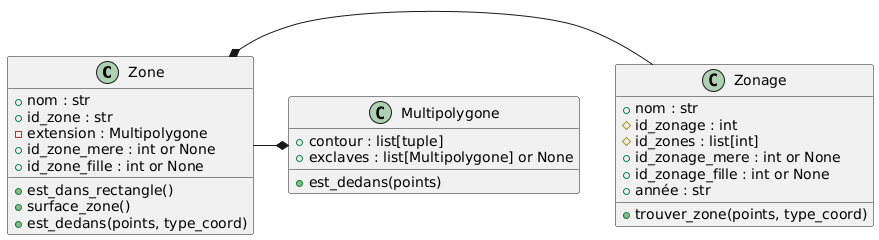
This is doc/diagrammes/diagramme_classes.png from antoni-guardia/ENSAI_ProjetInfo2A, a PlantUML export, as it was before one commit.
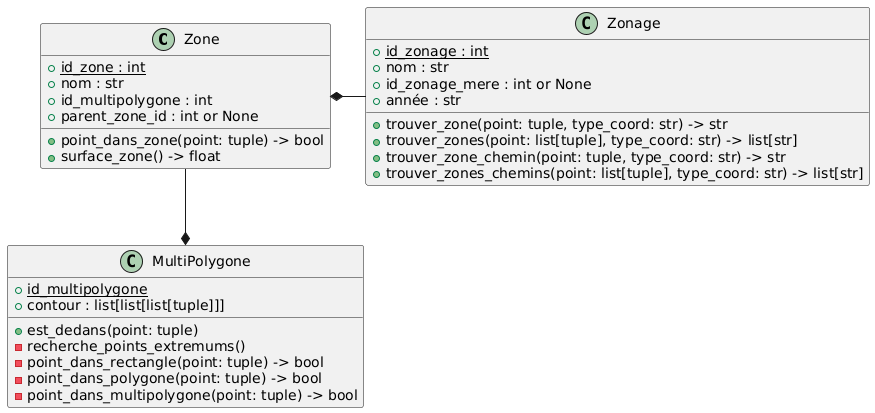
The same file after the commit.

Commit message:
diagramme des classes + creation tables sql

Change to the diagram source:
```diff
@@ -1,31 +1,37 @@
 @startuml
 class Zone {
- +nom : str
- +id_zone : str
- -extension : Multipolygone
- +id_zone_mere : int or None
- +id_zone_fille : int or None
- +est_dans_rectangle()
- +surface_zone()
- +est_dedans(points, type_coord)
+ + {Static} id_zone : int
+ + nom : str
+ + id_multipolygone : int
+ + parent_zone_id : int or None
+ + point_dans_zone(point: tuple) -> bool
+ + surface_zone() -> float
  }
 
- class Zonage {
- +nom : str
- #id_zonage : int
- #id_zones : list[int]
- +id_zonage_mere : int or None
- +id_zonage_fille : int or None
- +année : str
- +trouver_zone(points, type_coord)
+class Zonage {
+ + {Static} id_zonage : int
+ + nom : str
+ + id_zonage_mere : int or None
+ + année : str
+ + trouver_zone(point: tuple, type_coord: str) -> str
+ + trouver_zones(point: list[tuple], type_coord: str) -> list[str]
+ + trouver_zone_chemin(point: tuple, type_coord: str) -> str
+ + trouver_zones_chemins(point: list[tuple], type_coord: str) -> list[str]
  }
 
- class Multipolygone{
- + contour : list[tuple]
- + exclaves : list[Multipolygone] or None
- + est_dedans(points)
+class MultiPolygone{
+ + {Static} id_multipolygone
+ + contour : list[list[list[tuple]]]
+ + est_dedans(point: tuple)
+ - recherche_points_extremums()
+ - point_dans_rectangle(point: tuple) -> bool
+ - point_dans_polygone(point: tuple) -> bool
+ - point_dans_multipolygone(point: tuple) -> bool
  }
 
- Zone *- Zonage
- Zone -* Multipolygone
+
+
+
+Zone -down-* MultiPolygone
+Zone *- Zonage
 @enduml
```
